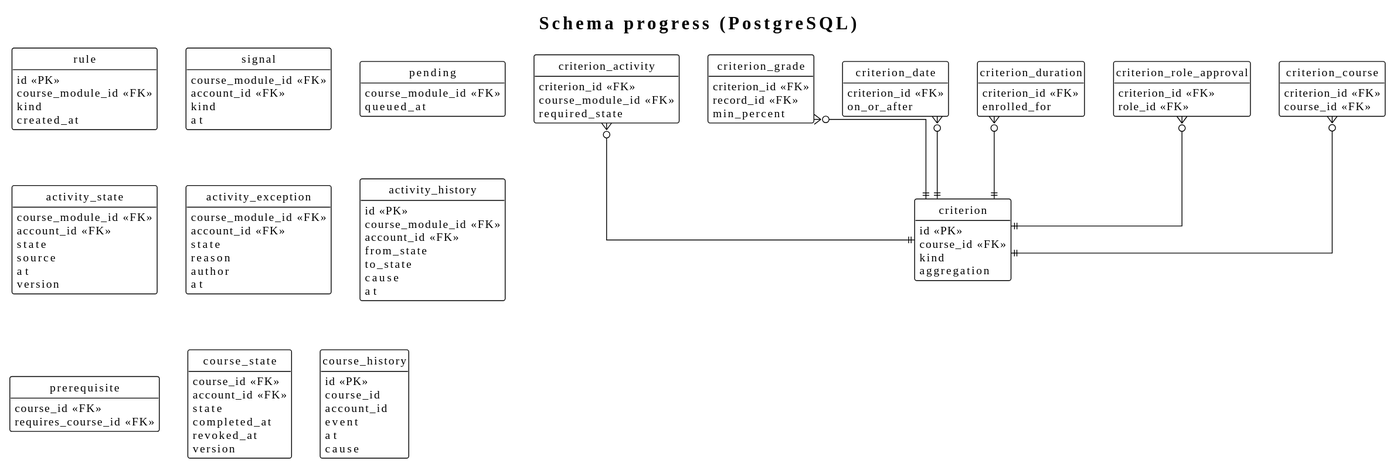
Earlier version of the PlantUML export docs/03-design/data-model/progress.svg (didactika/kampus).
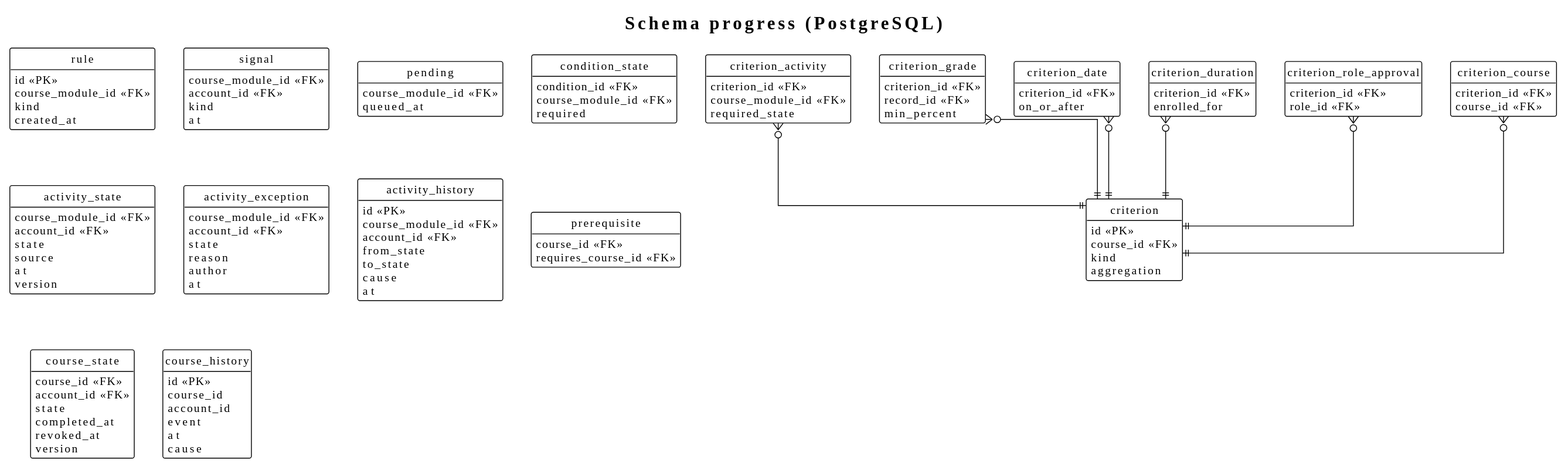
After the change.

What changed in the source:
```diff
@@ -20,6 +20,11 @@
 entity pending {
   course_module_id <<FK>>
   queued_at
+}
+entity condition_state {
+  condition_id <<FK>>
+  course_module_id <<FK>>
+  required
 }
 entity activity_state {
   course_module_id <<FK>>
```
